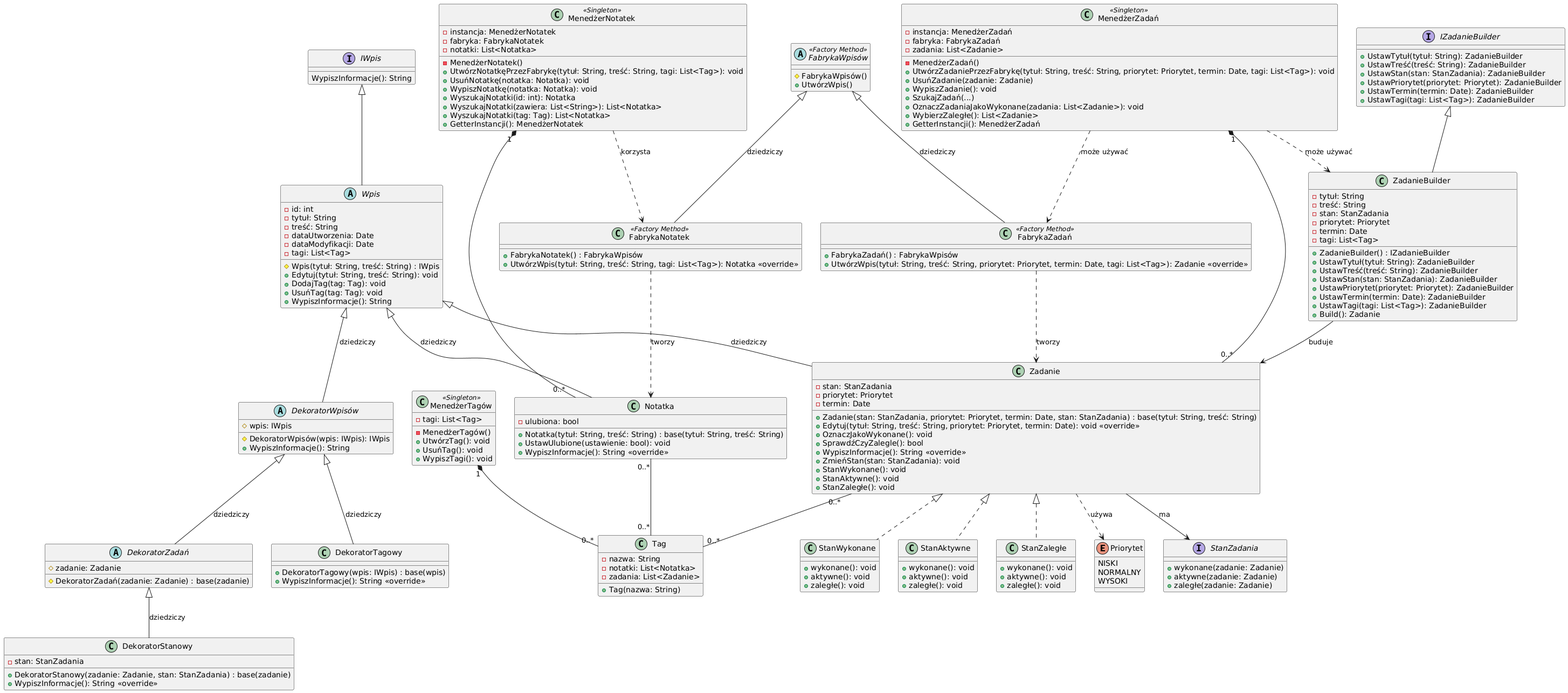
The PlantUML diagram UML.png in KStefanowicz04/ZTP-Projekt-2025, before a commit.
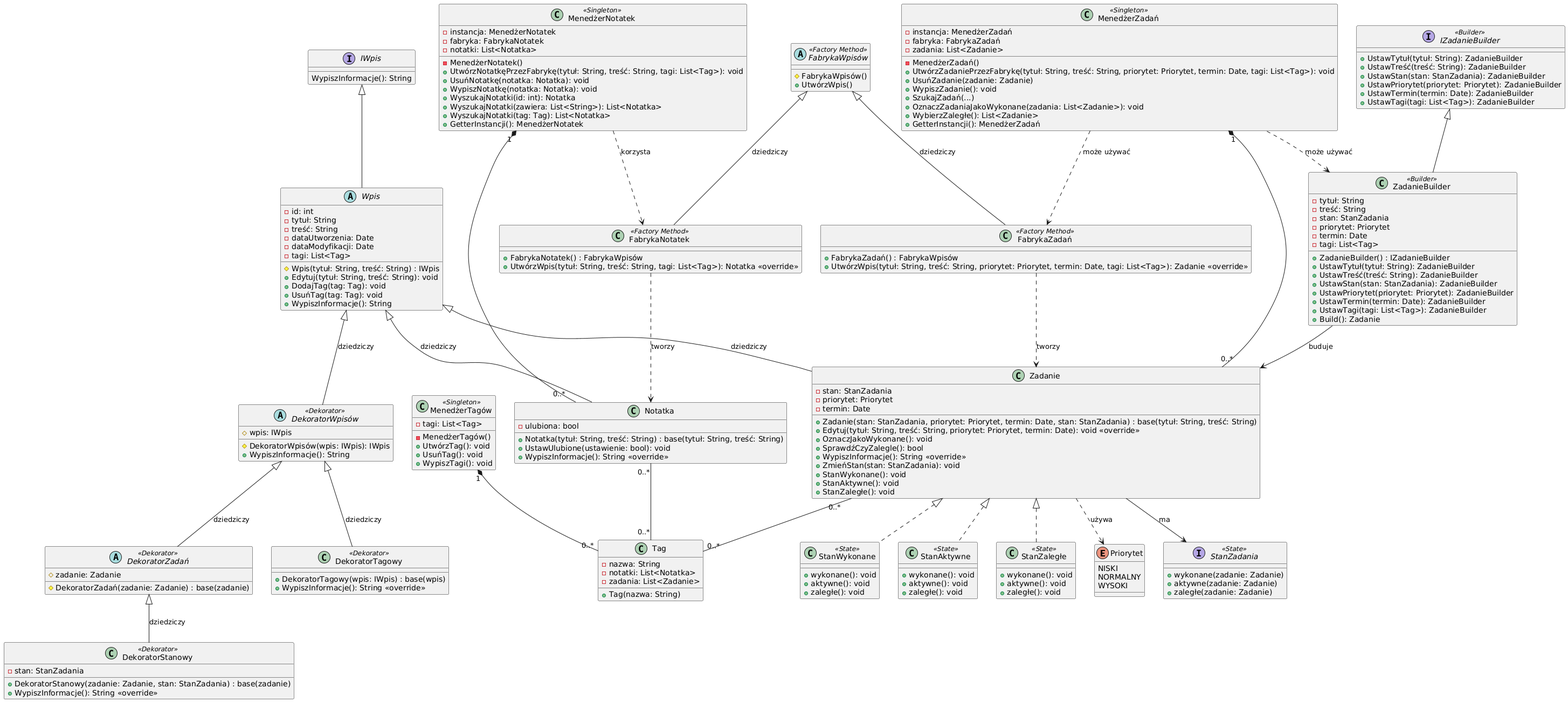
Later version of the same file.

Commit message:
Dodano więcej oznaczeń wzorców w UML

The edit, as a diff of the source:
```diff
@@ -96,7 +96,7 @@
     + StanZaległe(): void
 }
 
-interface IZadanieBuilder {
+interface IZadanieBuilder <<Builder>> {
     + UstawTytuł(tytuł: String): ZadanieBuilder
     + UstawTreść(treść: String): ZadanieBuilder
     + UstawStan(stan: StanZadania): ZadanieBuilder
@@ -105,7 +105,7 @@
     + UstawTagi(tagi: List<Tag>): ZadanieBuilder
 }
 
-class ZadanieBuilder {
+class ZadanieBuilder <<Builder>> {
     - tytuł: String
     - treść: String
     - stan: StanZadania
@@ -142,26 +142,26 @@
     + Tag(nazwa: String)
 }
 
-abstract class DekoratorWpisów {
+abstract class DekoratorWpisów <<Dekorator>> {
     # wpis: IWpis
 
     # DekoratorWpisów(wpis: IWpis): IWpis
     + WypiszInformacje(): String
 }
 
-class DekoratorTagowy {
+class DekoratorTagowy <<Dekorator>> {
     + DekoratorTagowy(wpis: IWpis) : base(wpis)
     + WypiszInformacje(): String <<override>>
 }
 
 
-abstract class DekoratorZadań {
+abstract class DekoratorZadań <<Dekorator>> {
     # zadanie: Zadanie
 
     # DekoratorZadań(zadanie: Zadanie) : base(zadanie)
 }
 
-class DekoratorStanowy {
+class DekoratorStanowy <<Dekorator>> {
     - stan: StanZadania
 
     + DekoratorStanowy(zadanie: Zadanie, stan: StanZadania) : base(zadanie)
@@ -169,23 +169,23 @@
 }
 
 
-interface StanZadania {
+interface StanZadania <<State>> {
     + wykonane(zadanie: Zadanie)
     + aktywne(zadanie: Zadanie)
     + zaległe(zadanie: Zadanie)
 }
 
-class StanWykonane {
+class StanWykonane <<State>> {
     + wykonane(): void
     + aktywne(): void
     + zaległe(): void
 }
-class StanAktywne {
+class StanAktywne <<State>> {
     + wykonane(): void
     + aktywne(): void
     + zaległe(): void
 }
-class StanZaległe {
+class StanZaległe <<State>> {
     + wykonane(): void
     + aktywne(): void
     + zaległe(): void
@@ -228,6 +228,7 @@
 Zadanie <|.. StanZaległe
 Zadanie --> StanZadania : ma
 
+
 IZadanieBuilder <|-- ZadanieBuilder
 ZadanieBuilder --> Zadanie : "buduje"
 MenedżerZadań ..> ZadanieBuilder : "może używać"
```
